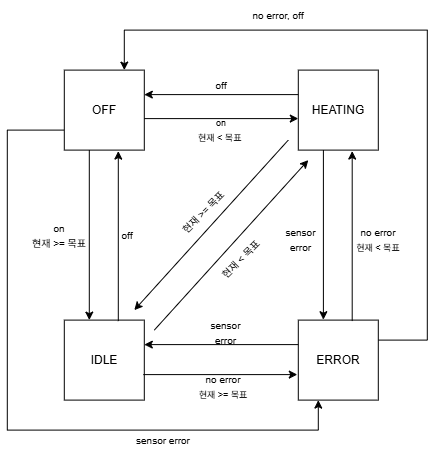
The draw.io diagram images/상태전이도.png in konghyoil/stm32-smart-temperature-system, before a commit. Source tidied: cells renumbered, new cells last; positions are measured from the earlier drawing's top-left corner, leaving out a move shared by most shapes. The source it was exported from:
```xml
<mxGraphModel>
  <root>
    <mxCell id="0" />
    <mxCell id="1" parent="0" />
    <mxCell id="2" style="edgeStyle=orthogonalEdgeStyle;rounded=0;jettySize=auto;html=1;exitX=0;exitY=0.75;exitDx=0;exitDy=0;entryX=0.25;entryY=1;entryDx=0;entryDy=0;" parent="1" edge="1" source="3" target="7">
      <mxGeometry relative="1" as="geometry">
        <Array as="points">
          <mxPoint y="130" />
          <mxPoint y="430" />
          <mxPoint x="311" y="430" />
        </Array>
      </mxGeometry>
    </mxCell>
    <mxCell id="3" value="OFF" style="whiteSpace=wrap;html=1;" parent="1" vertex="1">
      <mxGeometry x="57" y="70" width="80" height="80" as="geometry" />
    </mxCell>
    <mxCell id="4" value="HEATING" style="whiteSpace=wrap;html=1;" parent="1" vertex="1">
      <mxGeometry x="291" y="70" width="80" height="80" as="geometry" />
    </mxCell>
    <mxCell id="5" value="IDLE" style="whiteSpace=wrap;html=1;" parent="1" vertex="1">
      <mxGeometry x="57" y="320" width="80" height="80" as="geometry" />
    </mxCell>
    <mxCell id="6" style="edgeStyle=orthogonalEdgeStyle;rounded=0;jettySize=auto;html=1;exitX=1;exitY=0.25;exitDx=0;exitDy=0;entryX=0.75;entryY=0;entryDx=0;entryDy=0;" parent="1" edge="1" source="7" target="3">
      <mxGeometry relative="1" as="geometry">
        <Array as="points">
          <mxPoint x="420" y="340" />
          <mxPoint x="420" y="30" />
          <mxPoint x="117" y="30" />
        </Array>
      </mxGeometry>
    </mxCell>
    <mxCell id="7" value="ERROR" style="whiteSpace=wrap;html=1;" parent="1" vertex="1">
      <mxGeometry x="291" y="320" width="80" height="80" as="geometry" />
    </mxCell>
    <mxCell id="8" style="endArrow=classic;html=1;rounded=0;entryX=0;entryY=1;entryDx=0;entryDy=0;" parent="1" edge="1">
      <mxGeometry relative="1" as="geometry">
        <mxPoint x="147" y="330" as="sourcePoint" />
        <mxPoint x="301" y="160" as="targetPoint" />
      </mxGeometry>
    </mxCell>
    <mxCell id="9" style="endArrow=classic;html=1;rounded=0;entryX=1;entryY=0;entryDx=0;entryDy=0;exitX=0;exitY=1;exitDx=0;exitDy=0;" parent="1" edge="1">
      <mxGeometry relative="1" as="geometry">
        <mxPoint x="281" y="140" as="sourcePoint" />
        <mxPoint x="127" y="310" as="targetPoint" />
      </mxGeometry>
    </mxCell>
    <mxCell id="10" style="endArrow=classic;html=1;rounded=0;entryX=0.5;entryY=1;entryDx=0;entryDy=0;exitX=0.5;exitY=0;exitDx=0;exitDy=0;" parent="1" edge="1">
      <mxGeometry relative="1" as="geometry">
        <mxPoint x="344.9" y="321" as="sourcePoint" />
        <mxPoint x="344.9" y="151" as="targetPoint" />
      </mxGeometry>
    </mxCell>
    <mxCell id="11" style="endArrow=classic;html=1;rounded=0;entryX=0.34;entryY=-0.017;entryDx=0;entryDy=0;exitX=0.34;exitY=0.988;exitDx=0;exitDy=0;entryPerimeter=0;exitPerimeter=0;" parent="1" edge="1">
      <mxGeometry relative="1" as="geometry">
        <mxPoint x="316.1" y="150" as="sourcePoint" />
        <mxPoint x="316.1" y="319.6" as="targetPoint" />
      </mxGeometry>
    </mxCell>
    <mxCell id="12" style="endArrow=classic;html=1;rounded=0;entryX=0.5;entryY=1;entryDx=0;entryDy=0;exitX=0.5;exitY=0;exitDx=0;exitDy=0;" parent="1" edge="1">
      <mxGeometry relative="1" as="geometry">
        <mxPoint x="111" y="321" as="sourcePoint" />
        <mxPoint x="111" y="151" as="targetPoint" />
      </mxGeometry>
    </mxCell>
    <mxCell id="13" style="endArrow=classic;html=1;rounded=0;entryX=0.34;entryY=-0.017;entryDx=0;entryDy=0;exitX=0.34;exitY=0.988;exitDx=0;exitDy=0;entryPerimeter=0;exitPerimeter=0;" parent="1" edge="1">
      <mxGeometry relative="1" as="geometry">
        <mxPoint x="82" y="150" as="sourcePoint" />
        <mxPoint x="82" y="320" as="targetPoint" />
      </mxGeometry>
    </mxCell>
    <mxCell id="14" style="endArrow=classic;html=1;rounded=0;entryX=1;entryY=0.5;entryDx=0;entryDy=0;exitX=0;exitY=0.5;exitDx=0;exitDy=0;" parent="1" edge="1">
      <mxGeometry relative="1" as="geometry">
        <mxPoint x="291" y="344.5" as="sourcePoint" />
        <mxPoint x="137" y="344.5" as="targetPoint" />
      </mxGeometry>
    </mxCell>
    <mxCell id="15" style="endArrow=classic;html=1;rounded=0;entryX=0;entryY=0.5;entryDx=0;entryDy=0;exitX=1;exitY=0.5;exitDx=0;exitDy=0;" parent="1" edge="1">
      <mxGeometry relative="1" as="geometry">
        <mxPoint x="136" y="374.5" as="sourcePoint" />
        <mxPoint x="290" y="374.5" as="targetPoint" />
      </mxGeometry>
    </mxCell>
    <mxCell id="16" style="endArrow=classic;html=1;rounded=0;entryX=1;entryY=0.5;entryDx=0;entryDy=0;exitX=0;exitY=0.5;exitDx=0;exitDy=0;" parent="1" edge="1">
      <mxGeometry relative="1" as="geometry">
        <mxPoint x="291" y="94.5" as="sourcePoint" />
        <mxPoint x="137" y="94.5" as="targetPoint" />
      </mxGeometry>
    </mxCell>
    <mxCell id="17" style="endArrow=classic;html=1;rounded=0;entryX=0;entryY=0.5;entryDx=0;entryDy=0;exitX=1;exitY=0.5;exitDx=0;exitDy=0;" parent="1" edge="1">
      <mxGeometry relative="1" as="geometry">
        <mxPoint x="137" y="118.5" as="sourcePoint" />
        <mxPoint x="291" y="118.5" as="targetPoint" />
      </mxGeometry>
    </mxCell>
    <mxCell id="18" value="&lt;font size=&quot;1&quot;&gt;on&lt;/font&gt;&lt;div&gt;&lt;font size=&quot;1&quot;&gt;현재 &amp;gt;= 목표&lt;/font&gt;&lt;/div&gt;" style="text;html=1;whiteSpace=wrap;strokeColor=none;fillColor=none;align=center;verticalAlign=middle;rounded=0;rotation=0;" parent="1" vertex="1">
      <mxGeometry x="20" y="220" width="63.5" height="30" as="geometry" />
    </mxCell>
    <mxCell id="19" value="&lt;font size=&quot;1&quot;&gt;off&lt;/font&gt;" style="text;html=1;whiteSpace=wrap;strokeColor=none;fillColor=none;align=center;verticalAlign=middle;rounded=0;rotation=0;" parent="1" vertex="1">
      <mxGeometry x="110" y="220" width="20" height="30" as="geometry" />
    </mxCell>
    <mxCell id="20" value="&lt;font size=&quot;1&quot;&gt;off&lt;/font&gt;" style="text;html=1;whiteSpace=wrap;strokeColor=none;fillColor=none;align=center;verticalAlign=middle;rounded=0;rotation=0;" parent="1" vertex="1">
      <mxGeometry x="189" y="70" width="50" height="30" as="geometry" />
    </mxCell>
    <mxCell id="21" value="&lt;font style=&quot;font-size: 9px;&quot;&gt;on&lt;/font&gt;&lt;div&gt;&lt;font style=&quot;font-size: 9px;&quot;&gt;현재 &amp;lt; 목표&amp;nbsp;&lt;/font&gt;&lt;/div&gt;" style="text;html=1;whiteSpace=wrap;strokeColor=none;fillColor=none;align=center;verticalAlign=middle;rounded=0;rotation=0;" parent="1" vertex="1">
      <mxGeometry x="162" y="119" width="103.5" height="21" as="geometry" />
    </mxCell>
    <mxCell id="22" value="&lt;font size=&quot;1&quot;&gt;sensor&lt;/font&gt;&lt;div&gt;&lt;font size=&quot;1&quot;&gt;error&lt;/font&gt;&lt;/div&gt;" style="text;html=1;whiteSpace=wrap;strokeColor=none;fillColor=none;align=center;verticalAlign=middle;rounded=0;rotation=0;" parent="1" vertex="1">
      <mxGeometry x="272" y="229" width="42.5" height="21" as="geometry" />
    </mxCell>
    <mxCell id="23" value="&lt;div&gt;&lt;font size=&quot;1&quot;&gt;no error&lt;/font&gt;&lt;/div&gt;&lt;span style=&quot;font-size: 9px;&quot;&gt;현재 &amp;lt; 목표&lt;/span&gt;" style="text;html=1;whiteSpace=wrap;strokeColor=none;fillColor=none;align=center;verticalAlign=middle;rounded=0;rotation=0;" parent="1" vertex="1">
      <mxGeometry x="346" y="229" width="50" height="21" as="geometry" />
    </mxCell>
    <mxCell id="24" value="&lt;div&gt;&lt;font size=&quot;1&quot;&gt;no error&lt;/font&gt;&lt;/div&gt;&lt;span style=&quot;font-size: 9px;&quot;&gt;현재 &amp;gt;= 목표&lt;/span&gt;" style="text;html=1;whiteSpace=wrap;strokeColor=none;fillColor=none;align=center;verticalAlign=middle;rounded=0;rotation=0;" parent="1" vertex="1">
      <mxGeometry x="184" y="376" width="63.5" height="21" as="geometry" />
    </mxCell>
    <mxCell id="25" value="&lt;font size=&quot;1&quot;&gt;sensor&lt;/font&gt;&lt;div&gt;&lt;font size=&quot;1&quot;&gt;error&lt;/font&gt;&lt;/div&gt;" style="text;html=1;whiteSpace=wrap;strokeColor=none;fillColor=none;align=center;verticalAlign=middle;rounded=0;rotation=0;" parent="1" vertex="1">
      <mxGeometry x="197" y="322" width="42.5" height="21" as="geometry" />
    </mxCell>
    <mxCell id="26" value="&lt;div&gt;&lt;font size=&quot;1&quot;&gt;현재 &amp;gt;= 목표&lt;/font&gt;&lt;/div&gt;" style="text;html=1;whiteSpace=wrap;strokeColor=none;fillColor=none;align=center;verticalAlign=middle;rounded=0;rotation=-45;" parent="1" vertex="1">
      <mxGeometry x="164.2" y="201.7" width="63.5" height="21" as="geometry" />
    </mxCell>
    <mxCell id="27" value="&lt;div&gt;&lt;font size=&quot;1&quot;&gt;현재 &amp;lt; 목표&lt;/font&gt;&lt;/div&gt;" style="text;html=1;whiteSpace=wrap;strokeColor=none;fillColor=none;align=center;verticalAlign=middle;rounded=0;rotation=-45;" parent="1" vertex="1">
      <mxGeometry x="202" y="249.4" width="63.5" height="21" as="geometry" />
    </mxCell>
    <mxCell id="28" value="&lt;font size=&quot;1&quot;&gt;sensor error&lt;/font&gt;" style="text;html=1;whiteSpace=wrap;strokeColor=none;fillColor=none;align=center;verticalAlign=middle;rounded=0;rotation=0;" parent="1" vertex="1">
      <mxGeometry x="124.2" y="430" width="63.5" height="21" as="geometry" />
    </mxCell>
    <mxCell id="29" value="&lt;font size=&quot;1&quot;&gt;no error, off&lt;/font&gt;" style="text;html=1;whiteSpace=wrap;strokeColor=none;fillColor=none;align=center;verticalAlign=middle;rounded=0;rotation=0;" parent="1" vertex="1">
      <mxGeometry x="239.5" width="63.5" height="30" as="geometry" />
    </mxCell>
  </root>
</mxGraphModel>
```
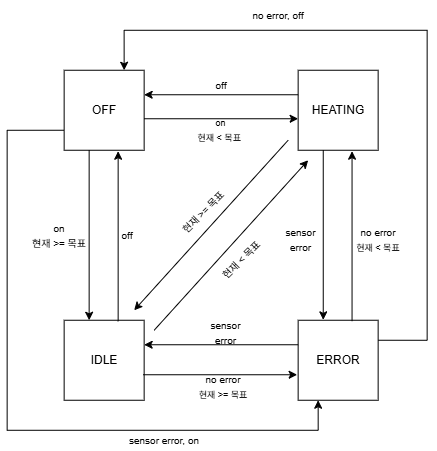
The same file after the commit.

Change to the diagram source:
```diff
@@ -122,8 +122,8 @@
     <mxCell id="27" value="&lt;div&gt;&lt;font size=&quot;1&quot;&gt;현재 &amp;lt; 목표&lt;/font&gt;&lt;/div&gt;" style="text;html=1;whiteSpace=wrap;strokeColor=none;fillColor=none;align=center;verticalAlign=middle;rounded=0;rotation=-45;" parent="1" vertex="1">
       <mxGeometry x="202" y="249.4" width="63.5" height="21" as="geometry" />
     </mxCell>
-    <mxCell id="28" value="&lt;font size=&quot;1&quot;&gt;sensor error&lt;/font&gt;" style="text;html=1;whiteSpace=wrap;strokeColor=none;fillColor=none;align=center;verticalAlign=middle;rounded=0;rotation=0;" parent="1" vertex="1">
-      <mxGeometry x="124.2" y="430" width="63.5" height="21" as="geometry" />
+    <mxCell id="28" value="&lt;font size=&quot;1&quot;&gt;sensor error, on&lt;/font&gt;" style="text;html=1;whiteSpace=wrap;strokeColor=none;fillColor=none;align=center;verticalAlign=middle;rounded=0;rotation=0;" parent="1" vertex="1">
+      <mxGeometry x="117" y="430" width="80" height="21" as="geometry" />
     </mxCell>
     <mxCell id="29" value="&lt;font size=&quot;1&quot;&gt;no error, off&lt;/font&gt;" style="text;html=1;whiteSpace=wrap;strokeColor=none;fillColor=none;align=center;verticalAlign=middle;rounded=0;rotation=0;" parent="1" vertex="1">
       <mxGeometry x="239.5" width="63.5" height="30" as="geometry" />
```
